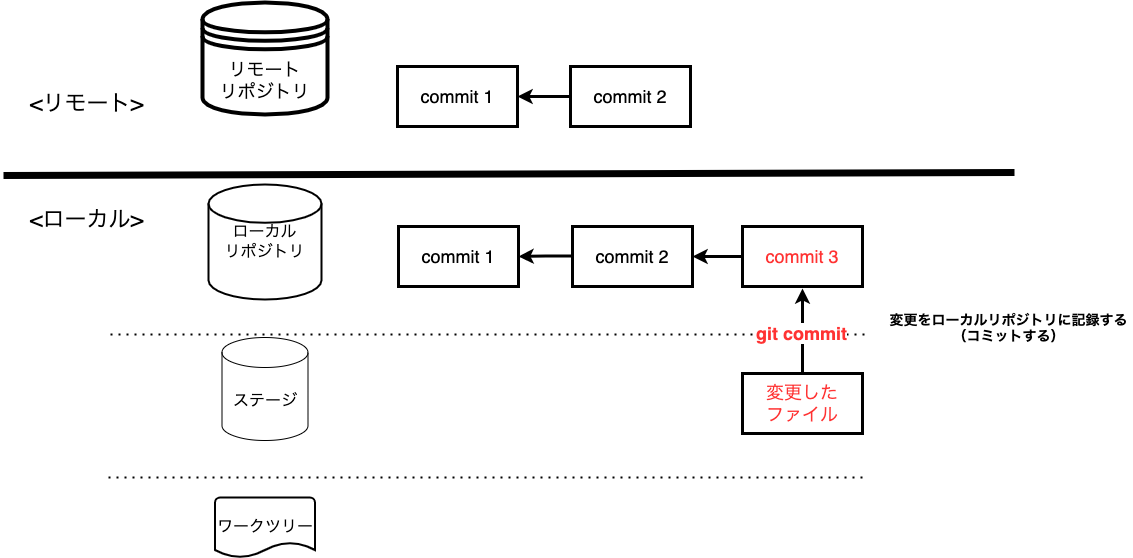
Earlier version of the draw.io export assets/image/Git勉強会_コマンドイメージ図-commit.drawio.png (irongineer/learning-git-for-team). Source tidied: cells renumbered, new cells last; positions are measured from the earlier drawing's top-left corner, leaving out a move shared by most shapes.
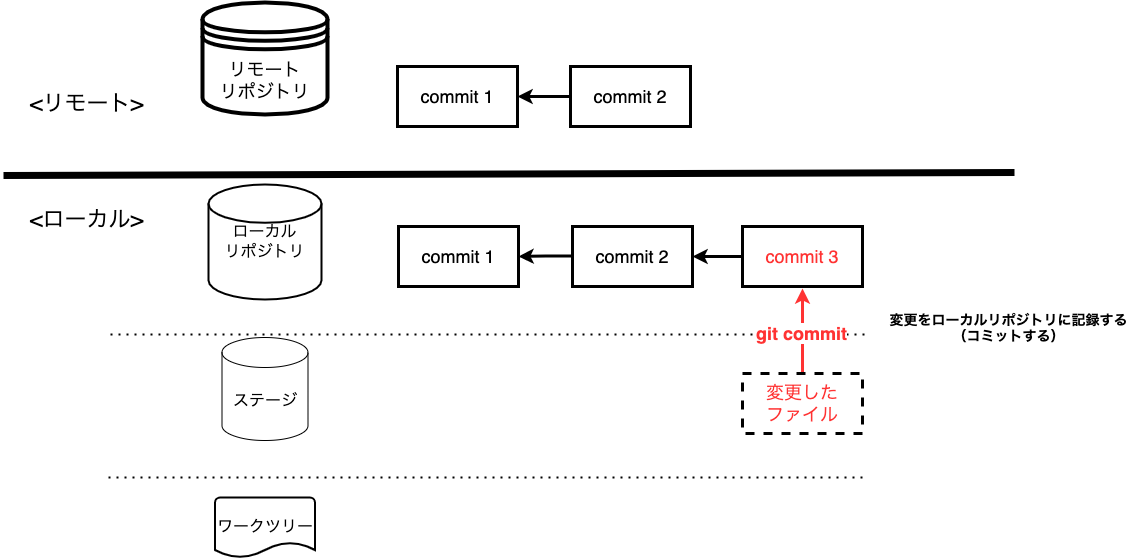
The same file after the commit.

Diff of the diagram source:
```diff
@@ -60,7 +60,7 @@
     <mxCell id="16" value="&lt;font color=&quot;#000000&quot;&gt;commit 2&lt;/font&gt;" style="whiteSpace=wrap;html=1;fontSize=18;fontColor=#FF3333;strokeWidth=3;" parent="1" vertex="1">
       <mxGeometry x="567" y="64" width="120" height="60" as="geometry" />
     </mxCell>
-    <mxCell id="17" style="edgeStyle=orthogonalEdgeStyle;rounded=0;jettySize=auto;html=1;fontSize=18;fontColor=#FF3333;endArrow=classic;endFill=1;strokeWidth=3;" parent="1" edge="1" source="19">
+    <mxCell id="17" style="edgeStyle=orthogonalEdgeStyle;rounded=0;jettySize=auto;html=1;fontSize=18;fontColor=#FF3333;endArrow=classic;endFill=1;strokeWidth=3;strokeColor=#FF3333;" parent="1" edge="1" source="19">
       <mxGeometry relative="1" as="geometry">
         <mxPoint x="799" y="286" as="targetPoint" />
       </mxGeometry>
@@ -68,7 +68,7 @@
     <mxCell id="18" value="&lt;b&gt;git commit&lt;/b&gt;" style="edgeLabel;html=1;align=center;verticalAlign=middle;fontSize=18;fontColor=#FF3333;" parent="17" vertex="1">
       <mxGeometry x="-0.04" y="2" relative="1" as="geometry" />
     </mxCell>
-    <mxCell id="19" value="変更した&lt;br&gt;ファイル" style="whiteSpace=wrap;html=1;fontSize=18;fontColor=#FF3333;strokeWidth=3;" parent="1" vertex="1">
+    <mxCell id="19" value="&lt;font color=&quot;#ff3333&quot;&gt;変更した&lt;br&gt;ファイル&lt;/font&gt;" style="whiteSpace=wrap;html=1;fontSize=18;fontColor=#000000;strokeWidth=3;labelBackgroundColor=none;dashed=1;strokeColor=#000000;" parent="1" vertex="1">
       <mxGeometry x="739" y="371" width="120" height="60" as="geometry" />
     </mxCell>
     <mxCell id="20" value="&lt;div&gt;&lt;span style=&quot;font-size: 14px&quot;&gt;&lt;b&gt;変更をローカルリポジトリに記録する&lt;/b&gt;&lt;/span&gt;&lt;/div&gt;&lt;div&gt;&lt;span style=&quot;font-size: 14px&quot;&gt;&lt;b&gt;（コミットする）&lt;/b&gt;&lt;/span&gt;&lt;/div&gt;&lt;div style=&quot;font-weight: bold&quot;&gt;&lt;br&gt;&lt;/div&gt;" style="text;html=1;align=center;verticalAlign=middle;strokeColor=none;fillColor=none;" parent="1" vertex="1">
```
